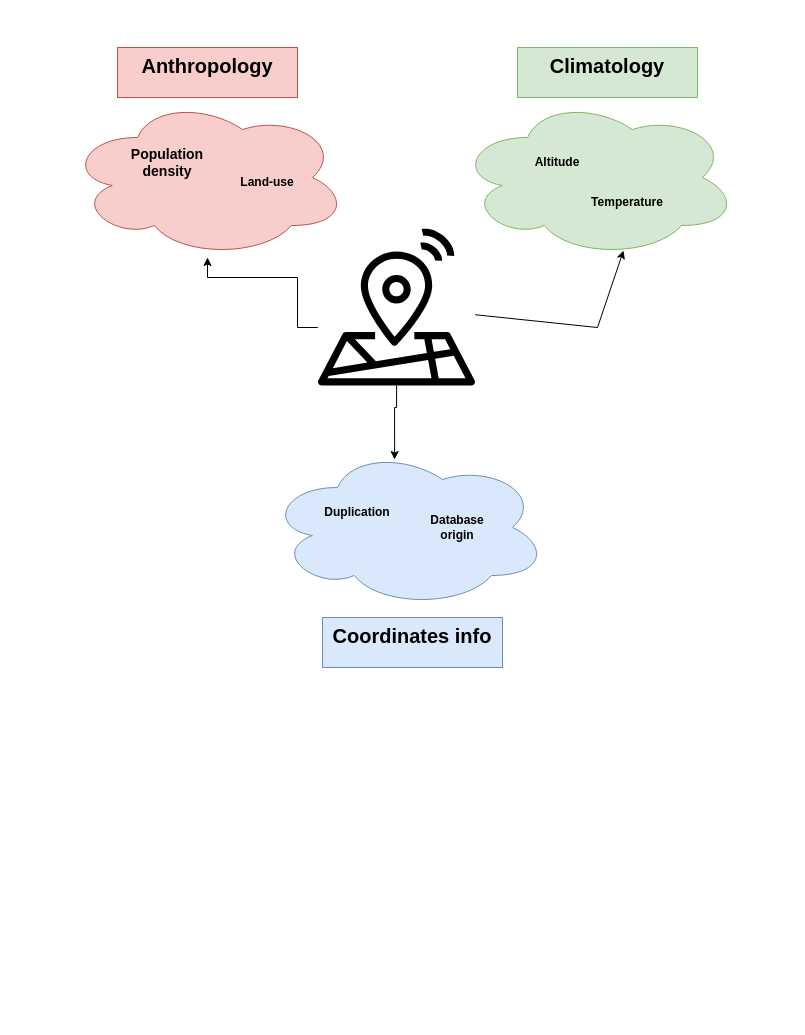
Before: GeneralSchemaTableEnvData.drawio in MelFleury/MyProgMemo, a draw.io diagram. Source tidied: cells renumbered, new cells numbered last; positions are measured from the earlier drawing's top-left corner, leaving out a move shared by most shapes. Both pictures are drawn from the tidied source at 100%, with x=0, y=0 at pixel (67, 47).
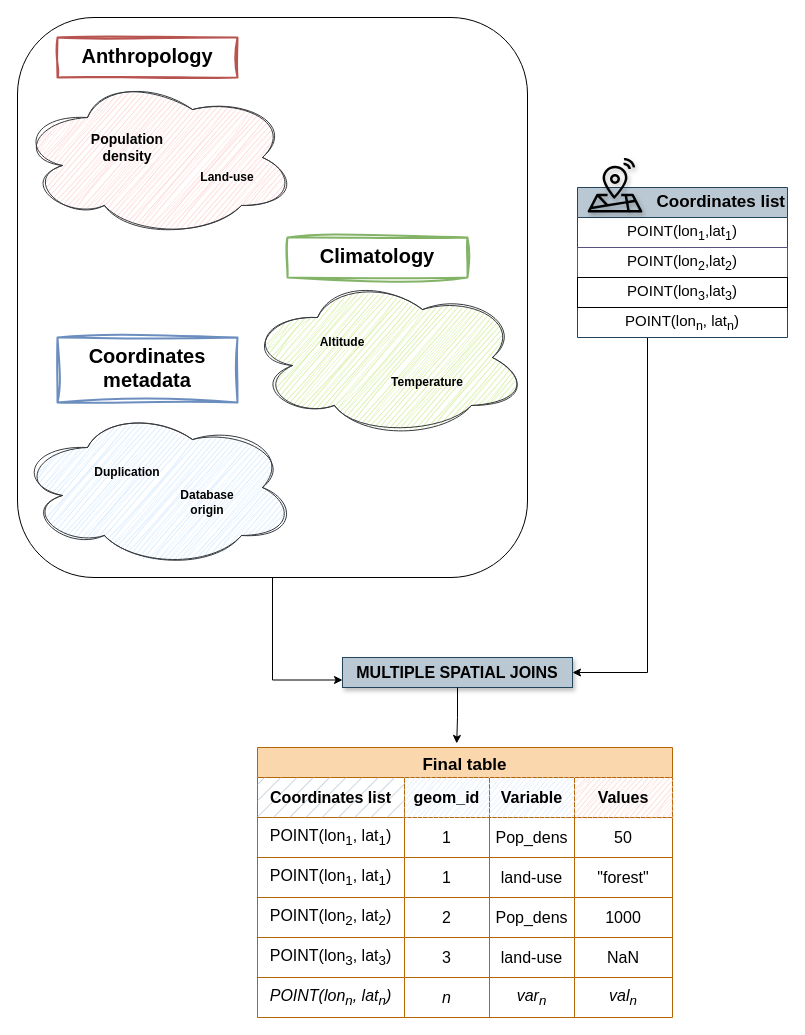
After the change.

Change to the diagram source:
```diff
@@
-    <mxCell id="2" style="edgeStyle=orthogonalEdgeStyle;rounded=0;jettySize=auto;html=1;" parent="1" edge="1" source="3" target="4">
-      <mxGeometry relative="1" as="geometry">
-        <Array as="points">
-          <mxPoint x="230" y="280" />
-          <mxPoint x="230" y="230" />
-          <mxPoint x="140" y="230" />
-        </Array>
-      </mxGeometry>
-    </mxCell>
+    <mxCell id="18" style="edgeStyle=orthogonalEdgeStyle;rounded=0;jettySize=auto;html=1;entryX=1;entryY=0.5;entryDx=0;entryDy=0;" parent="1" edge="1" source="19" target="56">
+      <mxGeometry relative="1" as="geometry">
+        <Array as="points">
+          <mxPoint x="580" y="625" />
+        </Array>
+      </mxGeometry>
+    </mxCell>
+    <mxCell id="19" value="&lt;div align=&quot;right&quot;&gt;&lt;font style=&quot;font-size: 17px;&quot;&gt;&lt;b&gt;&lt;font&gt;Coordinates list&lt;/font&gt;&lt;/b&gt;&lt;/font&gt;&lt;/div&gt;" style="swimlane;fontStyle=0;horizontal=1;startSize=30;whiteSpace=wrap;html=1;fillColor=#bac8d3;strokeColor=#23445d;swimlaneLine=1;fillStyle=auto;align=right;" parent="1" vertex="1">
+      <mxGeometry x="510" y="140" width="210" height="150" as="geometry" />
+    </mxCell>
+    <mxCell id="20" value="&lt;font style=&quot;font-size: 15px;&quot;&gt;POINT(lon&lt;sub&gt;1&lt;/sub&gt;,lat&lt;sub&gt;1&lt;/sub&gt;)&lt;/font&gt;" style="text;strokeColor=none;fillColor=none;align=center;verticalAlign=middle;spacingLeft=4;spacingRight=4;overflow=hidden;whiteSpace=wrap;html=1;labelBorderColor=none;textShadow=0;rounded=0;shadow=0;glass=0;" parent="19" vertex="1">
+      <mxGeometry y="30" width="210" height="30" as="geometry" />
+    </mxCell>
+    <mxCell id="21" value="&lt;font style=&quot;font-size: 15px;&quot;&gt;POINT(lon&lt;sub&gt;2&lt;/sub&gt;,lat&lt;sub&gt;2&lt;/sub&gt;)&lt;/font&gt;" style="text;strokeColor=#56517e;fillColor=none;align=center;verticalAlign=middle;spacingLeft=4;spacingRight=4;overflow=hidden;whiteSpace=wrap;html=1;" parent="19" vertex="1">
+      <mxGeometry y="60" width="210" height="30" as="geometry" />
+    </mxCell>
+    <mxCell id="22" value="&lt;font style=&quot;font-size: 15px;&quot;&gt;POINT(lon&lt;sub&gt;3&lt;/sub&gt;,lat&lt;sub&gt;3&lt;/sub&gt;)&lt;/font&gt;" style="text;strokeColor=default;fillColor=none;align=center;verticalAlign=middle;spacingLeft=4;spacingRight=4;overflow=hidden;whiteSpace=wrap;html=1;" parent="19" vertex="1">
+      <mxGeometry y="90" width="210" height="30" as="geometry" />
+    </mxCell>
+    <mxCell id="23" value="&lt;font style=&quot;font-size: 15px;&quot;&gt;POINT(lon&lt;sub&gt;n&lt;/sub&gt;, lat&lt;sub&gt;n&lt;/sub&gt;)&lt;/font&gt;" style="text;strokeColor=none;fillColor=none;align=center;verticalAlign=middle;spacingLeft=4;spacingRight=4;overflow=hidden;whiteSpace=wrap;html=1;" parent="19" vertex="1">
+      <mxGeometry y="120" width="210" height="30" as="geometry" />
+    </mxCell>
+    <mxCell id="24" style="rounded=1;whiteSpace=wrap;html=1;fillColor=none;" parent="1" vertex="1">
+      <mxGeometry x="-50" y="-30" width="510" height="560" as="geometry" />
+    </mxCell>
-    <mxCell id="3" style="sketch=0;outlineConnect=0;fontColor=#232F3E;gradientColor=none;fillColor=#000000;strokeColor=none;dashed=0;verticalLabelPosition=bottom;verticalAlign=top;align=center;html=1;fontSize=12;fontStyle=0;shape=mxgraph.aws4.iot_core_device_location;" parent="1" vertex="1">
-      <mxGeometry x="250" y="180" width="158" height="158" as="geometry" />
+    <mxCell id="3" style="outlineConnect=0;fontColor=#232F3E;gradientColor=none;fillColor=#000000;strokeColor=none;dashed=0;verticalLabelPosition=bottom;verticalAlign=top;align=center;html=1;fontSize=12;fontStyle=0;shape=mxgraph.aws4.iot_core_device_location;shadow=1;" parent="1" vertex="1">
+      <mxGeometry x="520" y="110" width="55" height="55" as="geometry" />
     </mxCell>
-    <mxCell id="4" style="ellipse;shape=cloud;whiteSpace=wrap;html=1;fillColor=#f8cecc;strokeColor=#b85450;" parent="1" vertex="1">
-      <mxGeometry y="50" width="280" height="160" as="geometry" />
+    <mxCell id="4" style="ellipse;shape=cloud;whiteSpace=wrap;html=1;fillColor=#ffcccc;strokeColor=#36393d;sketch=1;curveFitting=1;jiggle=2;" parent="1" vertex="1">
+      <mxGeometry x="-50" y="30" width="280" height="160" as="geometry" />
     </mxCell>
-    <mxCell id="5" value="&lt;div align=&quot;center&quot;&gt;&lt;b&gt;&lt;span&gt;&lt;font style=&quot;font-size: 20px;&quot;&gt;Anthropology&lt;/font&gt;&lt;/span&gt;&lt;/b&gt;&lt;/div&gt;" style="text;html=1;whiteSpace=wrap;overflow=hidden;rounded=0;fillColor=#f8cecc;align=center;strokeColor=#b85450;" parent="1" vertex="1">
-      <mxGeometry x="50" width="180" height="50" as="geometry" />
+    <mxCell id="5" value="&lt;div align=&quot;center&quot;&gt;&lt;b&gt;&lt;span&gt;&lt;font style=&quot;font-size: 20px;&quot;&gt;Anthropology&lt;/font&gt;&lt;/span&gt;&lt;/b&gt;&lt;/div&gt;" style="text;html=1;whiteSpace=wrap;overflow=hidden;rounded=0;fillColor=none;align=center;strokeColor=#b85450;strokeWidth=2;sketch=1;curveFitting=1;jiggle=2;" parent="1" vertex="1">
+      <mxGeometry x="-10" y="-10" width="180" height="40" as="geometry" />
     </mxCell>
     <mxCell id="6" value="&lt;b&gt;&lt;font style=&quot;font-size: 14px;&quot;&gt;Population density&lt;/font&gt;&lt;/b&gt;" style="text;html=1;whiteSpace=wrap;strokeColor=none;fillColor=none;align=center;verticalAlign=middle;rounded=0;" parent="1" vertex="1">
-      <mxGeometry x="70" y="100" width="60" height="30" as="geometry" />
+      <mxGeometry x="30" y="85" width="60" height="30" as="geometry" />
     </mxCell>
-    <mxCell id="7" style="ellipse;shape=cloud;whiteSpace=wrap;html=1;fillColor=#d5e8d4;strokeColor=#82b366;" parent="1" vertex="1">
-      <mxGeometry x="390" y="50" width="280" height="160" as="geometry" />
+    <mxCell id="7" style="ellipse;shape=cloud;whiteSpace=wrap;html=1;fillColor=#cdeb8b;strokeColor=#36393d;sketch=1;curveFitting=1;jiggle=2;" parent="1" vertex="1">
+      <mxGeometry x="180" y="230" width="280" height="160" as="geometry" />
     </mxCell>
-    <mxCell id="8" style="rounded=0;jettySize=auto;html=1;entryX=0.593;entryY=0.956;entryDx=0;entryDy=0;entryPerimeter=0;" parent="1" edge="1" source="3" target="7">
-      <mxGeometry relative="1" as="geometry">
-        <Array as="points">
-          <mxPoint x="530" y="280" />
-        </Array>
-      </mxGeometry>
-    </mxCell>
-    <mxCell id="9" value="&lt;font style=&quot;font-size: 20px;&quot;&gt;&lt;b&gt;&lt;font&gt;Climatology&lt;/font&gt;&lt;/b&gt;&lt;/font&gt;" style="text;html=1;whiteSpace=wrap;overflow=hidden;rounded=0;fillColor=#d5e8d4;align=center;strokeColor=#82b366;" parent="1" vertex="1">
-      <mxGeometry x="450" width="180" height="50" as="geometry" />
+    <mxCell id="9" value="&lt;font style=&quot;font-size: 20px;&quot;&gt;&lt;b&gt;&lt;font&gt;Climatology&lt;/font&gt;&lt;/b&gt;&lt;/font&gt;" style="text;html=1;whiteSpace=wrap;overflow=hidden;rounded=0;fillColor=none;align=center;strokeColor=#82b366;strokeWidth=2;sketch=1;curveFitting=1;jiggle=2;" parent="1" vertex="1">
+      <mxGeometry x="220" y="190" width="180" height="40" as="geometry" />
     </mxCell>
     <mxCell id="10" value="&lt;b&gt;Altitude&lt;/b&gt;" style="text;html=1;whiteSpace=wrap;strokeColor=none;fillColor=none;align=center;verticalAlign=middle;rounded=0;" parent="1" vertex="1">
-      <mxGeometry x="460" y="100" width="60" height="30" as="geometry" />
+      <mxGeometry x="245" y="280" width="60" height="30" as="geometry" />
     </mxCell>
     <mxCell id="11" value="&lt;b&gt;Temperature&lt;/b&gt;" style="text;html=1;whiteSpace=wrap;strokeColor=none;fillColor=none;align=center;verticalAlign=middle;rounded=0;" parent="1" vertex="1">
-      <mxGeometry x="530" y="140" width="60" height="30" as="geometry" />
+      <mxGeometry x="330" y="320" width="60" height="30" as="geometry" />
     </mxCell>
-    <mxCell id="12" style="ellipse;shape=cloud;whiteSpace=wrap;html=1;fillColor=#dae8fc;strokeColor=#6c8ebf;" parent="1" vertex="1">
-      <mxGeometry x="200" y="400" width="280" height="160" as="geometry" />
+    <mxCell id="12" style="ellipse;shape=cloud;whiteSpace=wrap;html=1;fillColor=#cce5ff;strokeColor=#36393d;sketch=1;curveFitting=1;jiggle=2;" parent="1" vertex="1">
+      <mxGeometry x="-50" y="360" width="280" height="160" as="geometry" />
     </mxCell>
-    <mxCell id="13" value="&lt;b&gt;&lt;font style=&quot;font-size: 20px;&quot;&gt;Coordinates info&lt;/font&gt;&lt;/b&gt;" style="text;html=1;whiteSpace=wrap;overflow=hidden;rounded=0;fillColor=#dae8fc;align=center;strokeColor=#6c8ebf;" parent="1" vertex="1">
-      <mxGeometry x="255" y="570" width="180" height="50" as="geometry" />
+    <mxCell id="13" value="&lt;b&gt;&lt;font style=&quot;font-size: 20px;&quot;&gt;Coordinates metadata&lt;/font&gt;&lt;/b&gt;" style="text;html=1;whiteSpace=wrap;overflow=hidden;rounded=0;fillColor=none;align=center;strokeColor=#6c8ebf;strokeWidth=2;sketch=1;curveFitting=1;jiggle=2;" parent="1" vertex="1">
+      <mxGeometry x="-10" y="290" width="180" height="65" as="geometry" />
     </mxCell>
-    <mxCell id="14" style="edgeStyle=orthogonalEdgeStyle;rounded=0;jettySize=auto;html=1;entryX=0.454;entryY=0.075;entryDx=0;entryDy=0;entryPerimeter=0;" parent="1" edge="1" source="3" target="12">
-      <mxGeometry relative="1" as="geometry">
-        <Array as="points">
-          <mxPoint x="329" y="360" />
-          <mxPoint x="327" y="360" />
-        </Array>
-      </mxGeometry>
-    </mxCell>
     <mxCell id="15" value="&lt;b&gt;Duplication&lt;/b&gt;" style="text;html=1;whiteSpace=wrap;strokeColor=none;fillColor=none;align=center;verticalAlign=middle;rounded=0;" parent="1" vertex="1">
-      <mxGeometry x="260" y="450" width="60" height="30" as="geometry" />
+      <mxGeometry x="30" y="410" width="60" height="30" as="geometry" />
     </mxCell>
     <mxCell id="16" value="&lt;b&gt;Database origin&lt;/b&gt;" style="text;html=1;whiteSpace=wrap;strokeColor=none;fillColor=none;align=center;verticalAlign=middle;rounded=0;" parent="1" vertex="1">
-      <mxGeometry x="360" y="465" width="60" height="30" as="geometry" />
+      <mxGeometry x="110" y="440" width="60" height="30" as="geometry" />
     </mxCell>
     <mxCell id="17" value="&lt;b&gt;Land-use&lt;/b&gt;" style="text;html=1;whiteSpace=wrap;strokeColor=none;fillColor=none;align=center;verticalAlign=middle;rounded=0;" parent="1" vertex="1">
-      <mxGeometry x="170" y="120" width="60" height="30" as="geometry" />
+      <mxGeometry x="130" y="115" width="60" height="30" as="geometry" />
     </mxCell>
+    <mxCell id="25" value="Final table" style="shape=table;startSize=30;childLayout=tableLayout;strokeColor=#b46504;fontSize=17;fontStyle=1;fillColor=#fad7ac;" parent="1" vertex="1">
+      <mxGeometry x="190" y="700" width="415" height="270" as="geometry" />
+    </mxCell>
+    <mxCell id="26" style="shape=tableRow;horizontal=0;startSize=0;swimlaneHead=0;swimlaneBody=0;strokeColor=inherit;top=0;left=0;bottom=0;right=0;fillColor=none;fontSize=16;" parent="25" vertex="1">
+      <mxGeometry y="30" width="415" height="40" as="geometry" />
+    </mxCell>
+    <mxCell id="27" value="&lt;b&gt;Coordinates list&lt;/b&gt;" style="shape=partialRectangle;html=1;whiteSpace=wrap;strokeColor=#23445d;overflow=hidden;fillColor=#bac8d3;top=0;left=0;bottom=0;right=0;fontSize=16;fillStyle=hatch;" parent="26" vertex="1">
+      <mxGeometry width="147" height="40" as="geometry" />
+    </mxCell>
+    <mxCell id="28" value="&lt;b&gt;geom_id&lt;/b&gt;" style="shape=partialRectangle;html=1;whiteSpace=wrap;strokeColor=#6c8ebf;overflow=hidden;fillColor=#dae8fc;top=0;left=0;bottom=0;right=0;fontSize=16;sketch=1;curveFitting=1;jiggle=2;shadow=0;" parent="26" vertex="1">
+      <mxGeometry x="147" width="85" height="40" as="geometry" />
+    </mxCell>
+    <mxCell id="29" value="&lt;b&gt;Variable&lt;/b&gt;" style="shape=partialRectangle;html=1;whiteSpace=wrap;strokeColor=#6c8ebf;overflow=hidden;fillColor=#dae8fc;top=0;left=0;bottom=0;right=0;fontSize=16;sketch=1;curveFitting=1;jiggle=2;shadow=0;" parent="26" vertex="1">
+      <mxGeometry x="232" width="85" height="40" as="geometry" />
+    </mxCell>
+    <mxCell id="30" value="&lt;b&gt;Values&lt;/b&gt;" style="shape=partialRectangle;html=1;whiteSpace=wrap;strokeColor=#b85450;overflow=hidden;fillColor=#f8cecc;top=0;left=0;bottom=0;right=0;fontSize=16;sketch=1;curveFitting=1;jiggle=2;" parent="26" vertex="1">
+      <mxGeometry x="317" width="98" height="40" as="geometry" />
+    </mxCell>
+    <mxCell id="31" style="shape=tableRow;horizontal=0;startSize=0;swimlaneHead=0;swimlaneBody=0;strokeColor=inherit;top=0;left=0;bottom=0;right=0;fillColor=none;fontSize=16;" parent="25" vertex="1">
+      <mxGeometry y="70" width="415" height="40" as="geometry" />
+    </mxCell>
+    <mxCell id="32" value="POINT(lon&lt;sub&gt;1&lt;/sub&gt;, lat&lt;sub&gt;1&lt;/sub&gt;)" style="shape=partialRectangle;html=1;whiteSpace=wrap;strokeColor=inherit;overflow=hidden;fillColor=none;top=0;left=0;bottom=0;right=0;fontSize=16;" parent="31" vertex="1">
+      <mxGeometry width="147" height="40" as="geometry" />
+    </mxCell>
+    <mxCell id="33" value="1" style="shape=partialRectangle;html=1;whiteSpace=wrap;strokeColor=inherit;overflow=hidden;fillColor=none;top=0;left=0;bottom=0;right=0;fontSize=16;" parent="31" vertex="1">
+      <mxGeometry x="147" width="85" height="40" as="geometry" />
+    </mxCell>
+    <mxCell id="34" value="Pop_dens" style="shape=partialRectangle;html=1;whiteSpace=wrap;strokeColor=inherit;overflow=hidden;fillColor=none;top=0;left=0;bottom=0;right=0;fontSize=16;" parent="31" vertex="1">
+      <mxGeometry x="232" width="85" height="40" as="geometry" />
+    </mxCell>
+    <mxCell id="35" value="50" style="shape=partialRectangle;html=1;whiteSpace=wrap;strokeColor=inherit;overflow=hidden;fillColor=none;top=0;left=0;bottom=0;right=0;fontSize=16;" parent="31" vertex="1">
+      <mxGeometry x="317" width="98" height="40" as="geometry" />
+    </mxCell>
+    <mxCell id="36" style="shape=tableRow;horizontal=0;startSize=0;swimlaneHead=0;swimlaneBody=0;strokeColor=inherit;top=0;left=0;bottom=0;right=0;fillColor=none;fontSize=16;" parent="25" vertex="1">
+      <mxGeometry y="110" width="415" height="40" as="geometry" />
+    </mxCell>
+    <mxCell id="37" value="POINT(lon&lt;sub&gt;1&lt;/sub&gt;, lat&lt;sub&gt;1&lt;/sub&gt;)" style="shape=partialRectangle;html=1;whiteSpace=wrap;strokeColor=inherit;overflow=hidden;fillColor=none;top=0;left=0;bottom=0;right=0;fontSize=16;" parent="36" vertex="1">
+      <mxGeometry width="147" height="40" as="geometry" />
+    </mxCell>
+    <mxCell id="38" value="1" style="shape=partialRectangle;html=1;whiteSpace=wrap;strokeColor=inherit;overflow=hidden;fillColor=none;top=0;left=0;bottom=0;right=0;fontSize=16;" parent="36" vertex="1">
+      <mxGeometry x="147" width="85" height="40" as="geometry" />
+    </mxCell>
+    <mxCell id="39" value="land-use" style="shape=partialRectangle;html=1;whiteSpace=wrap;strokeColor=inherit;overflow=hidden;fillColor=none;top=0;left=0;bottom=0;right=0;fontSize=16;" parent="36" vertex="1">
+      <mxGeometry x="232" width="85" height="40" as="geometry" />
+    </mxCell>
+    <mxCell id="40" value="&quot;forest&quot;" style="shape=partialRectangle;html=1;whiteSpace=wrap;strokeColor=inherit;overflow=hidden;fillColor=none;top=0;left=0;bottom=0;right=0;fontSize=16;" parent="36" vertex="1">
+      <mxGeometry x="317" width="98" height="40" as="geometry" />
+    </mxCell>
+    <mxCell id="41" style="shape=tableRow;horizontal=0;startSize=0;swimlaneHead=0;swimlaneBody=0;strokeColor=inherit;top=0;left=0;bottom=0;right=0;fillColor=none;fontSize=16;" parent="25" vertex="1">
+      <mxGeometry y="150" width="415" height="40" as="geometry" />
+    </mxCell>
+    <mxCell id="42" value="POINT(lon&lt;sub&gt;2&lt;/sub&gt;, lat&lt;sub&gt;2&lt;/sub&gt;)" style="shape=partialRectangle;html=1;whiteSpace=wrap;strokeColor=inherit;overflow=hidden;fillColor=none;top=0;left=0;bottom=0;right=0;fontSize=16;" parent="41" vertex="1">
+      <mxGeometry width="147" height="40" as="geometry" />
+    </mxCell>
+    <mxCell id="43" value="2" style="shape=partialRectangle;html=1;whiteSpace=wrap;strokeColor=inherit;overflow=hidden;fillColor=none;top=0;left=0;bottom=0;right=0;fontSize=16;" parent="41" vertex="1">
+      <mxGeometry x="147" width="85" height="40" as="geometry" />
+    </mxCell>
+    <mxCell id="44" value="Pop_dens" style="shape=partialRectangle;html=1;whiteSpace=wrap;strokeColor=inherit;overflow=hidden;fillColor=none;top=0;left=0;bottom=0;right=0;fontSize=16;" parent="41" vertex="1">
+      <mxGeometry x="232" width="85" height="40" as="geometry" />
+    </mxCell>
+    <mxCell id="45" value="1000" style="shape=partialRectangle;html=1;whiteSpace=wrap;strokeColor=inherit;overflow=hidden;fillColor=none;top=0;left=0;bottom=0;right=0;fontSize=16;" parent="41" vertex="1">
+      <mxGeometry x="317" width="98" height="40" as="geometry" />
+    </mxCell>
+    <mxCell id="46" style="shape=tableRow;horizontal=0;startSize=0;swimlaneHead=0;swimlaneBody=0;strokeColor=inherit;top=0;left=0;bottom=0;right=0;fillColor=none;fontSize=16;" parent="25" vertex="1">
+      <mxGeometry y="190" width="415" height="40" as="geometry" />
+    </mxCell>
+    <mxCell id="47" value="POINT(lon&lt;sub&gt;3&lt;/sub&gt;, lat&lt;sub&gt;3&lt;/sub&gt;)" style="shape=partialRectangle;html=1;whiteSpace=wrap;strokeColor=inherit;overflow=hidden;fillColor=none;top=0;left=0;bottom=0;right=0;fontSize=16;" parent="46" vertex="1">
+      <mxGeometry width="147" height="40" as="geometry" />
+    </mxCell>
+    <mxCell id="48" value="3" style="shape=partialRectangle;html=1;whiteSpace=wrap;strokeColor=inherit;overflow=hidden;fillColor=none;top=0;left=0;bottom=0;right=0;fontSize=16;" parent="46" vertex="1">
+      <mxGeometry x="147" width="85" height="40" as="geometry" />
+    </mxCell>
+    <mxCell id="49" value="land-use" style="shape=partialRectangle;html=1;whiteSpace=wrap;strokeColor=inherit;overflow=hidden;fillColor=none;top=0;left=0;bottom=0;right=0;fontSize=16;" parent="46" vertex="1">
+      <mxGeometry x="232" width="85" height="40" as="geometry" />
+    </mxCell>
+    <mxCell id="50" value="NaN" style="shape=partialRectangle;html=1;whiteSpace=wrap;strokeColor=inherit;overflow=hidden;fillColor=none;top=0;left=0;bottom=0;right=0;fontSize=16;" parent="46" vertex="1">
+      <mxGeometry x="317" width="98" height="40" as="geometry" />
+    </mxCell>
+    <mxCell id="51" style="shape=tableRow;horizontal=0;startSize=0;swimlaneHead=0;swimlaneBody=0;strokeColor=inherit;top=0;left=0;bottom=0;right=0;fillColor=none;fontSize=16;" parent="25" vertex="1">
+      <mxGeometry y="230" width="415" height="40" as="geometry" />
+    </mxCell>
+    <mxCell id="52" value="&lt;i&gt;POINT(lon&lt;sub&gt;n&lt;/sub&gt;, lat&lt;sub&gt;n&lt;/sub&gt;)&lt;/i&gt;" style="shape=partialRectangle;html=1;whiteSpace=wrap;strokeColor=inherit;overflow=hidden;fillColor=none;top=0;left=0;bottom=0;right=0;fontSize=16;" parent="51" vertex="1">
+      <mxGeometry width="147" height="40" as="geometry" />
+    </mxCell>
+    <mxCell id="53" value="&lt;i&gt;n&lt;/i&gt;" style="shape=partialRectangle;html=1;whiteSpace=wrap;strokeColor=inherit;overflow=hidden;fillColor=none;top=0;left=0;bottom=0;right=0;fontSize=16;" parent="51" vertex="1">
+      <mxGeometry x="147" width="85" height="40" as="geometry" />
+    </mxCell>
+    <mxCell id="54" value="&lt;i&gt;var&lt;sub&gt;n&lt;/sub&gt;&lt;/i&gt;" style="shape=partialRectangle;html=1;whiteSpace=wrap;strokeColor=inherit;overflow=hidden;fillColor=none;top=0;left=0;bottom=0;right=0;fontSize=16;" parent="51" vertex="1">
+      <mxGeometry x="232" width="85" height="40" as="geometry" />
+    </mxCell>
+    <mxCell id="55" value="&lt;i&gt;val&lt;sub&gt;n&lt;/sub&gt;&lt;/i&gt;" style="shape=partialRectangle;html=1;whiteSpace=wrap;strokeColor=inherit;overflow=hidden;fillColor=none;top=0;left=0;bottom=0;right=0;fontSize=16;" parent="51" vertex="1">
+      <mxGeometry x="317" width="98" height="40" as="geometry" />
+    </mxCell>
+    <mxCell id="56" value="&lt;font style=&quot;font-size: 16px;&quot;&gt;&lt;b&gt;MULTIPLE SPATIAL JOINS&lt;/b&gt;&lt;/font&gt;" style="text;html=1;whiteSpace=wrap;align=center;verticalAlign=middle;rounded=0;fillColor=#bac8d3;strokeColor=#23445d;shadow=1;glass=0;" parent="1" vertex="1">
+      <mxGeometry x="275" y="610" width="230" height="30" as="geometry" />
+    </mxCell>
+    <mxCell id="57" style="edgeStyle=orthogonalEdgeStyle;rounded=0;jettySize=auto;html=1;entryX=0;entryY=0.75;entryDx=0;entryDy=0;" parent="1" edge="1" source="24" target="56">
+      <mxGeometry relative="1" as="geometry" />
+    </mxCell>
+    <mxCell id="58" style="edgeStyle=orthogonalEdgeStyle;rounded=0;jettySize=auto;html=1;entryX=0.48;entryY=-0.015;entryDx=0;entryDy=0;entryPerimeter=0;" parent="1" edge="1" source="56" target="25">
+      <mxGeometry relative="1" as="geometry" />
+    </mxCell>
```
